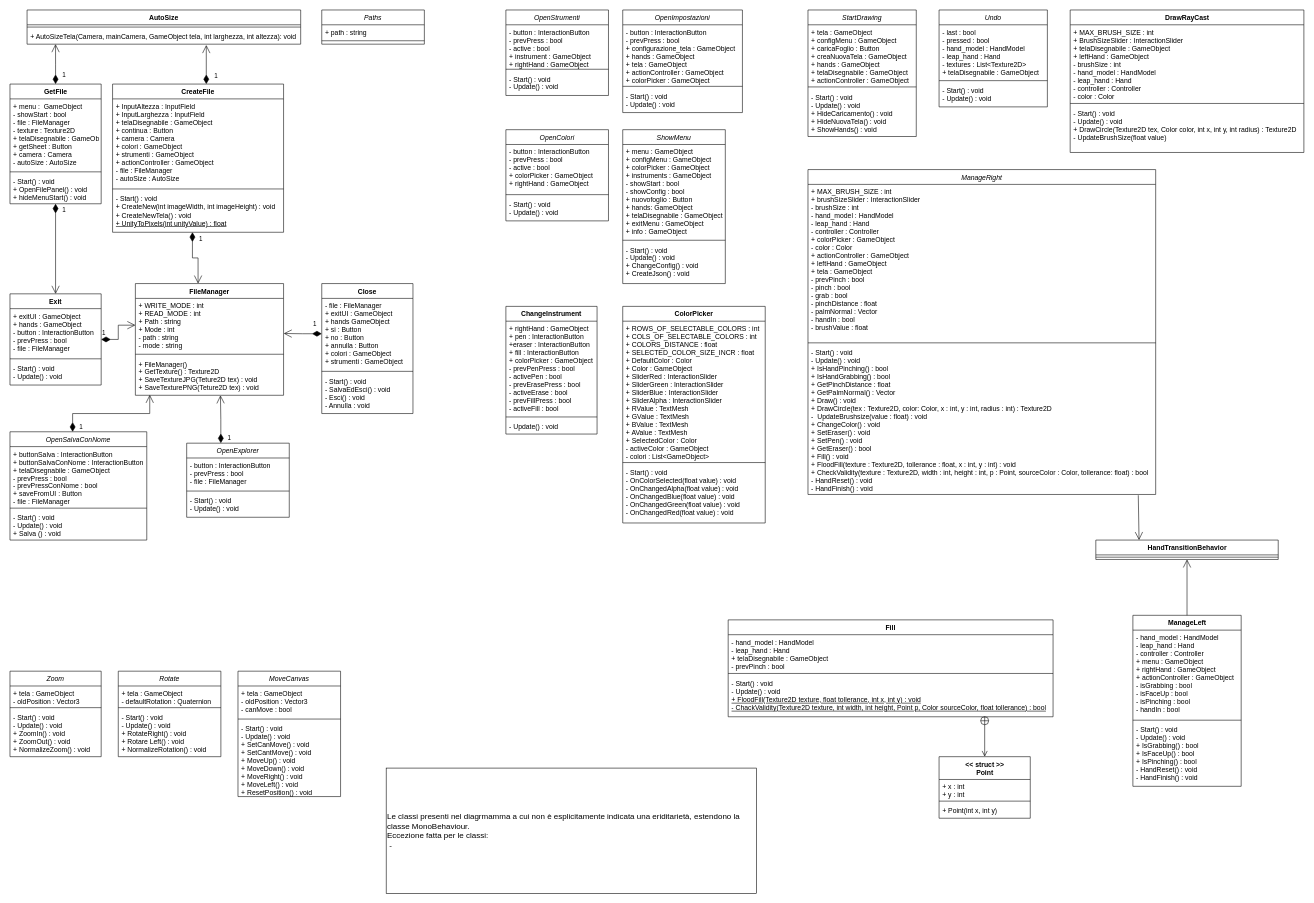
Before: Documentazione/ClassDiagram.drawio in LuMug/VirtualPainter, a draw.io diagram. Source tidied: cells renumbered, new cells numbered last; positions are measured from the earlier drawing's top-left corner, leaving out a move shared by most shapes. Both pictures are drawn from the tidied source at 57%, with x=0, y=0 at pixel (10, 10).
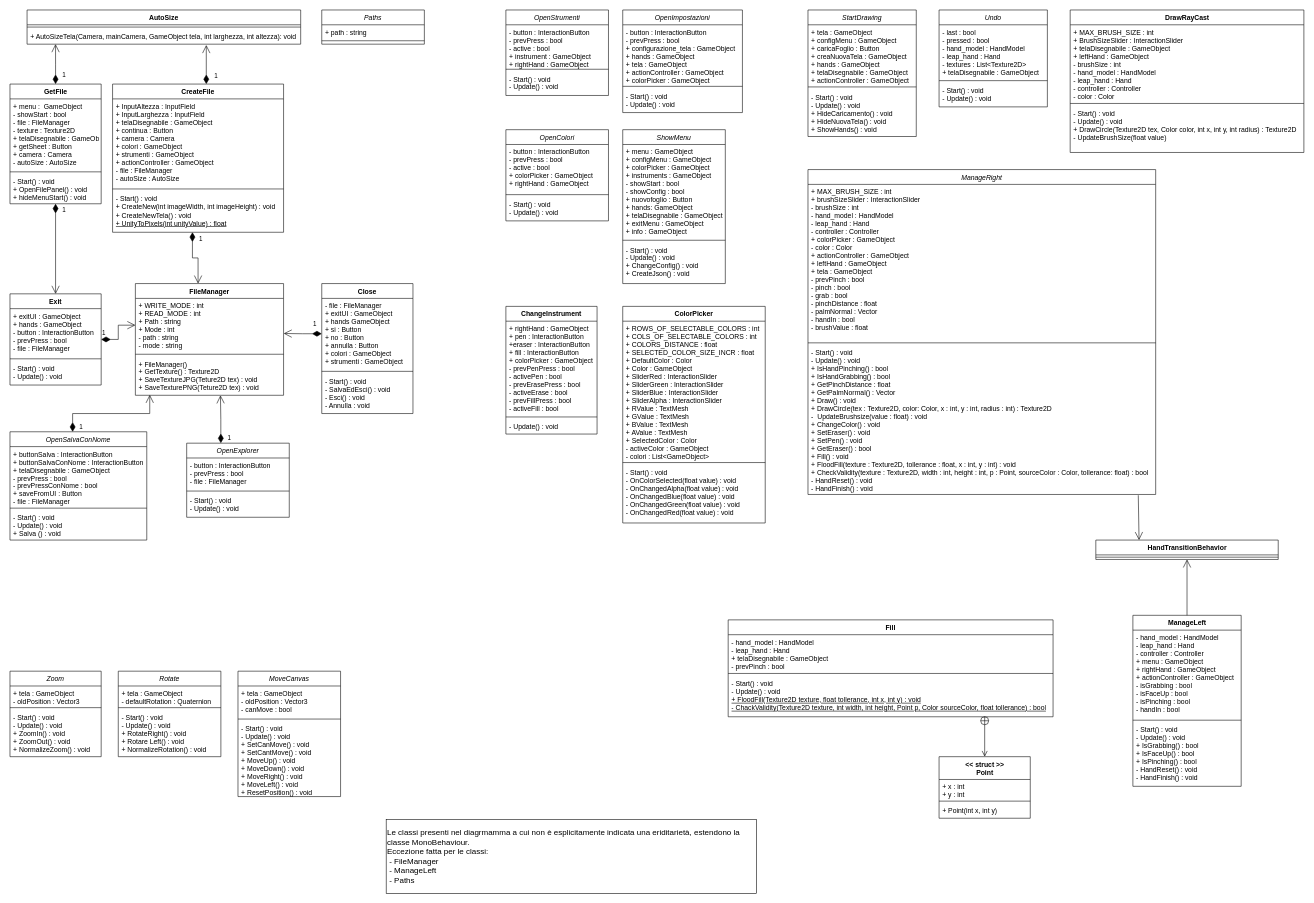
The same diagram, later.

The edit, as a diff of the source:
```diff
@@
-    <mxCell id="113" value="&lt;div align=&quot;left&quot;&gt;Le classi presenti nel diagrmamma a cui non è esplicitamente indicata una eriditarietà, estendono la classe MonoBehaviour.&lt;/div&gt;&lt;div align=&quot;left&quot;&gt;Eccezione fatta per le classi:&lt;/div&gt;&lt;div align=&quot;left&quot;&gt;&amp;nbsp;- &lt;br&gt;&lt;/div&gt;" style="rounded=0;strokeWidth=1;fontSize=14;align=left;whiteSpace=wrap;html=1;labelBorderColor=none;labelBackgroundColor=none;" parent="1" vertex="1">
-      <mxGeometry x="660" y="1330" width="650" height="220" as="geometry" />
+    <mxCell id="113" value="&lt;div align=&quot;left&quot;&gt;Le classi presenti nel diagrmamma a cui non è esplicitamente indicata una eriditarietà, estendono la classe MonoBehaviour.&lt;/div&gt;&lt;div align=&quot;left&quot;&gt;Eccezione fatta per le classi:&lt;/div&gt;&lt;div align=&quot;left&quot;&gt;&amp;nbsp;- FileManager&lt;/div&gt;&lt;div align=&quot;left&quot;&gt;&amp;nbsp;- ManageLeft&lt;/div&gt;&lt;div align=&quot;left&quot;&gt;&amp;nbsp;- Paths&lt;br&gt;&lt;/div&gt;" style="rounded=0;strokeWidth=1;fontSize=14;align=left;whiteSpace=wrap;html=1;labelBorderColor=none;labelBackgroundColor=none;" parent="1" vertex="1">
+      <mxGeometry x="660" y="1420" width="650" height="130" as="geometry" />
     </mxCell>
```
